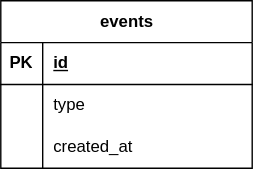
Before: services/backend/docs/erd.drawio.svg, a diagram exported from draw.io (kencopas/PortfolioApp). Source tidied: cells renumbered, new cells last; positions are measured from the earlier drawing's top-left corner, leaving out a move shared by most shapes.
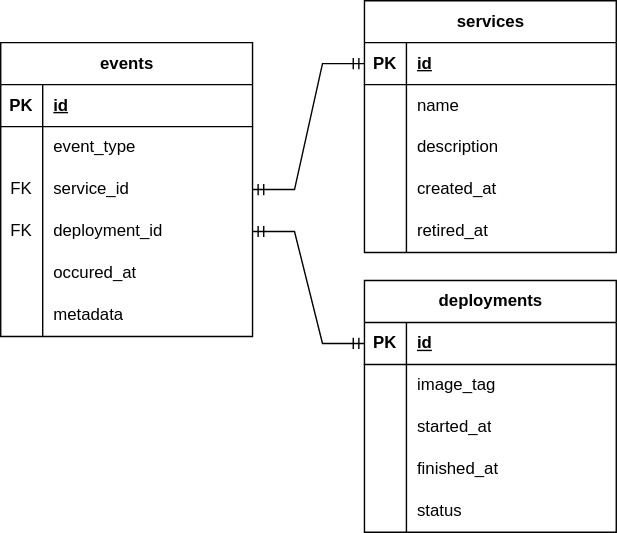
After the commit.

Commit message:
Update ERD with events, deployments, and services table

What changed in the source:
```diff
@@ -2,8 +2,8 @@
   <root>
     <mxCell id="0" />
     <mxCell id="1" parent="0" />
-    <mxCell id="2" value="events" style="shape=table;startSize=30;rowLines=0;fontStyle=1;align=center;html=1;" parent="1" vertex="1">
-      <mxGeometry width="180" height="120" as="geometry" />
+    <mxCell id="2" value="deployments" style="shape=table;startSize=30;rowLines=0;fontStyle=1;align=center;html=1;" parent="1" vertex="1">
+      <mxGeometry width="180" height="180" as="geometry" />
     </mxCell>
     <mxCell id="3" style="shape=tableRow;horizontal=0;startSize=0;swimlaneHead=0;swimlaneBody=0;fillColor=none;points=[[0,0.5],[1,0.5]];portConstraint=eastwest;top=0;left=0;right=0;bottom=1;" parent="2" vertex="1">
       <mxGeometry y="30" width="180" height="30" as="geometry" />
@@ -14,23 +14,152 @@
     <mxCell id="5" value="id" style="shape=partialRectangle;fillColor=none;top=0;left=0;bottom=0;right=0;align=left;spacingLeft=6;fontStyle=5;overflow=hidden;whiteSpace=wrap;html=1;" parent="3" vertex="1">
       <mxGeometry x="30" width="150" height="30" as="geometry" />
     </mxCell>
+    <mxCell id="12" style="shape=tableRow;horizontal=0;startSize=0;swimlaneHead=0;swimlaneBody=0;fillColor=none;top=0;left=0;right=0;bottom=0;" parent="2" vertex="1">
+      <mxGeometry y="60" width="180" height="30" as="geometry" />
+    </mxCell>
+    <mxCell id="13" style="shape=partialRectangle;fillColor=none;top=0;left=0;bottom=0;right=0;overflow=hidden;whiteSpace=wrap;html=1;" parent="12" vertex="1">
+      <mxGeometry width="30" height="30" as="geometry" />
+    </mxCell>
+    <mxCell id="14" value="image_tag" style="shape=partialRectangle;fillColor=none;top=0;left=0;bottom=0;right=0;align=left;spacingLeft=6;overflow=hidden;whiteSpace=wrap;html=1;" parent="12" vertex="1">
+      <mxGeometry x="30" width="150" height="30" as="geometry" />
+    </mxCell>
     <mxCell id="6" style="shape=tableRow;horizontal=0;startSize=0;swimlaneHead=0;swimlaneBody=0;fillColor=none;top=0;left=0;right=0;bottom=0;" parent="2" vertex="1">
-      <mxGeometry y="60" width="180" height="30" as="geometry" />
+      <mxGeometry y="90" width="180" height="30" as="geometry" />
     </mxCell>
     <mxCell id="7" style="shape=partialRectangle;fillColor=none;top=0;left=0;bottom=0;right=0;overflow=hidden;whiteSpace=wrap;html=1;" parent="6" vertex="1">
       <mxGeometry width="30" height="30" as="geometry" />
     </mxCell>
-    <mxCell id="8" value="type" style="shape=partialRectangle;fillColor=none;top=0;left=0;bottom=0;right=0;align=left;spacingLeft=6;overflow=hidden;whiteSpace=wrap;html=1;" parent="6" vertex="1">
+    <mxCell id="8" value="started_at" style="shape=partialRectangle;fillColor=none;top=0;left=0;bottom=0;right=0;align=left;spacingLeft=6;overflow=hidden;whiteSpace=wrap;html=1;" parent="6" vertex="1">
       <mxGeometry x="30" width="150" height="30" as="geometry" />
     </mxCell>
     <mxCell id="9" style="shape=tableRow;horizontal=0;startSize=0;swimlaneHead=0;swimlaneBody=0;fillColor=none;top=0;left=0;right=0;bottom=0;" parent="2" vertex="1">
-      <mxGeometry y="90" width="180" height="30" as="geometry" />
+      <mxGeometry y="120" width="180" height="30" as="geometry" />
     </mxCell>
     <mxCell id="10" style="shape=partialRectangle;fillColor=none;top=0;left=0;bottom=0;right=0;overflow=hidden;whiteSpace=wrap;html=1;" parent="9" vertex="1">
       <mxGeometry width="30" height="30" as="geometry" />
     </mxCell>
-    <mxCell id="11" value="created_at" style="shape=partialRectangle;fillColor=none;top=0;left=0;bottom=0;right=0;align=left;spacingLeft=6;overflow=hidden;whiteSpace=wrap;html=1;" parent="9" vertex="1">
+    <mxCell id="11" value="finished_at" style="shape=partialRectangle;fillColor=none;top=0;left=0;bottom=0;right=0;align=left;spacingLeft=6;overflow=hidden;whiteSpace=wrap;html=1;" parent="9" vertex="1">
       <mxGeometry x="30" width="150" height="30" as="geometry" />
     </mxCell>
+    <mxCell id="15" style="shape=tableRow;horizontal=0;startSize=0;swimlaneHead=0;swimlaneBody=0;fillColor=none;top=0;left=0;right=0;bottom=0;" parent="2" vertex="1">
+      <mxGeometry y="150" width="180" height="30" as="geometry" />
+    </mxCell>
+    <mxCell id="16" style="shape=partialRectangle;fillColor=none;top=0;left=0;bottom=0;right=0;overflow=hidden;whiteSpace=wrap;html=1;" parent="15" vertex="1">
+      <mxGeometry width="30" height="30" as="geometry" />
+    </mxCell>
+    <mxCell id="17" value="status" style="shape=partialRectangle;fillColor=none;top=0;left=0;bottom=0;right=0;align=left;spacingLeft=6;overflow=hidden;whiteSpace=wrap;html=1;" parent="15" vertex="1">
+      <mxGeometry x="30" width="150" height="30" as="geometry" />
+    </mxCell>
+    <mxCell id="18" value="events" style="shape=table;startSize=30;rowLines=0;fontStyle=1;align=center;html=1;" parent="1" vertex="1">
+      <mxGeometry x="-260" y="-170" width="180" height="210" as="geometry" />
+    </mxCell>
+    <mxCell id="19" style="shape=tableRow;horizontal=0;startSize=0;swimlaneHead=0;swimlaneBody=0;fillColor=none;top=0;left=0;right=0;bottom=1;" parent="18" vertex="1">
+      <mxGeometry y="30" width="180" height="30" as="geometry" />
+    </mxCell>
+    <mxCell id="20" value="PK" style="shape=partialRectangle;fillColor=none;top=0;left=0;bottom=0;right=0;fontStyle=1;overflow=hidden;whiteSpace=wrap;html=1;" parent="19" vertex="1">
+      <mxGeometry width="30" height="30" as="geometry" />
+    </mxCell>
+    <mxCell id="21" value="id" style="shape=partialRectangle;fillColor=none;top=0;left=0;bottom=0;right=0;align=left;spacingLeft=6;fontStyle=5;overflow=hidden;whiteSpace=wrap;html=1;" parent="19" vertex="1">
+      <mxGeometry x="30" width="150" height="30" as="geometry" />
+    </mxCell>
+    <mxCell id="22" style="shape=tableRow;horizontal=0;startSize=0;swimlaneHead=0;swimlaneBody=0;fillColor=none;top=0;left=0;right=0;bottom=0;" parent="18" vertex="1">
+      <mxGeometry y="60" width="180" height="30" as="geometry" />
+    </mxCell>
+    <mxCell id="23" style="shape=partialRectangle;fillColor=none;top=0;left=0;bottom=0;right=0;overflow=hidden;whiteSpace=wrap;html=1;" parent="22" vertex="1">
+      <mxGeometry width="30" height="30" as="geometry" />
+    </mxCell>
+    <mxCell id="24" value="event_type" style="shape=partialRectangle;fillColor=none;top=0;left=0;bottom=0;right=0;align=left;spacingLeft=6;overflow=hidden;whiteSpace=wrap;html=1;" parent="22" vertex="1">
+      <mxGeometry x="30" width="150" height="30" as="geometry" />
+    </mxCell>
+    <mxCell id="25" style="shape=tableRow;horizontal=0;startSize=0;swimlaneHead=0;swimlaneBody=0;fillColor=none;points=[[0,0.5],[1,0.5]];portConstraint=eastwest;top=0;left=0;right=0;bottom=0;" parent="18" vertex="1">
+      <mxGeometry y="90" width="180" height="30" as="geometry" />
+    </mxCell>
+    <mxCell id="26" value="FK" style="shape=partialRectangle;fillColor=none;top=0;left=0;bottom=0;right=0;overflow=hidden;whiteSpace=wrap;html=1;" parent="25" vertex="1">
+      <mxGeometry width="30" height="30" as="geometry" />
+    </mxCell>
+    <mxCell id="27" value="service_id" style="shape=partialRectangle;fillColor=none;top=0;left=0;bottom=0;right=0;align=left;spacingLeft=6;overflow=hidden;whiteSpace=wrap;html=1;" parent="25" vertex="1">
+      <mxGeometry x="30" width="150" height="30" as="geometry" />
+    </mxCell>
+    <mxCell id="28" style="shape=tableRow;horizontal=0;startSize=0;swimlaneHead=0;swimlaneBody=0;fillColor=none;points=[[0,0.5],[1,0.5]];portConstraint=eastwest;top=0;left=0;right=0;bottom=0;" parent="18" vertex="1">
+      <mxGeometry y="120" width="180" height="30" as="geometry" />
+    </mxCell>
+    <mxCell id="29" value="FK" style="shape=partialRectangle;fillColor=none;top=0;left=0;bottom=0;right=0;overflow=hidden;whiteSpace=wrap;html=1;" parent="28" vertex="1">
+      <mxGeometry width="30" height="30" as="geometry" />
+    </mxCell>
+    <mxCell id="30" value="deployment_id" style="shape=partialRectangle;fillColor=none;top=0;left=0;bottom=0;right=0;align=left;spacingLeft=6;overflow=hidden;whiteSpace=wrap;html=1;" parent="28" vertex="1">
+      <mxGeometry x="30" width="150" height="30" as="geometry" />
+    </mxCell>
+    <mxCell id="31" style="shape=tableRow;horizontal=0;startSize=0;swimlaneHead=0;swimlaneBody=0;fillColor=none;top=0;left=0;right=0;bottom=0;" parent="18" vertex="1">
+      <mxGeometry y="150" width="180" height="30" as="geometry" />
+    </mxCell>
+    <mxCell id="32" style="shape=partialRectangle;fillColor=none;top=0;left=0;bottom=0;right=0;overflow=hidden;whiteSpace=wrap;html=1;" parent="31" vertex="1">
+      <mxGeometry width="30" height="30" as="geometry" />
+    </mxCell>
+    <mxCell id="33" value="occured_at" style="shape=partialRectangle;fillColor=none;top=0;left=0;bottom=0;right=0;align=left;spacingLeft=6;overflow=hidden;whiteSpace=wrap;html=1;" parent="31" vertex="1">
+      <mxGeometry x="30" width="150" height="30" as="geometry" />
+    </mxCell>
+    <mxCell id="34" style="shape=tableRow;horizontal=0;startSize=0;swimlaneHead=0;swimlaneBody=0;fillColor=none;top=0;left=0;right=0;bottom=0;" parent="18" vertex="1">
+      <mxGeometry y="180" width="180" height="30" as="geometry" />
+    </mxCell>
+    <mxCell id="35" style="shape=partialRectangle;fillColor=none;top=0;left=0;bottom=0;right=0;overflow=hidden;whiteSpace=wrap;html=1;" parent="34" vertex="1">
+      <mxGeometry width="30" height="30" as="geometry" />
+    </mxCell>
+    <mxCell id="36" value="metadata" style="shape=partialRectangle;fillColor=none;top=0;left=0;bottom=0;right=0;align=left;spacingLeft=6;overflow=hidden;whiteSpace=wrap;html=1;" parent="34" vertex="1">
+      <mxGeometry x="30" width="150" height="30" as="geometry" />
+    </mxCell>
+    <mxCell id="37" value="services" style="shape=table;startSize=30;rowLines=0;fontStyle=1;align=center;html=1;" parent="1" vertex="1">
+      <mxGeometry y="-200" width="180" height="180" as="geometry" />
+    </mxCell>
+    <mxCell id="38" style="shape=tableRow;horizontal=0;startSize=0;swimlaneHead=0;swimlaneBody=0;fillColor=none;points=[[0,0.5],[1,0.5]];portConstraint=eastwest;top=0;left=0;right=0;bottom=1;" parent="37" vertex="1">
+      <mxGeometry y="30" width="180" height="30" as="geometry" />
+    </mxCell>
+    <mxCell id="39" value="PK" style="shape=partialRectangle;fillColor=none;top=0;left=0;bottom=0;right=0;fontStyle=1;overflow=hidden;whiteSpace=wrap;html=1;" parent="38" vertex="1">
+      <mxGeometry width="30" height="30" as="geometry" />
+    </mxCell>
+    <mxCell id="40" value="id" style="shape=partialRectangle;fillColor=none;top=0;left=0;bottom=0;right=0;align=left;spacingLeft=6;fontStyle=5;overflow=hidden;whiteSpace=wrap;html=1;" parent="38" vertex="1">
+      <mxGeometry x="30" width="150" height="30" as="geometry" />
+    </mxCell>
+    <mxCell id="41" style="shape=tableRow;horizontal=0;startSize=0;swimlaneHead=0;swimlaneBody=0;fillColor=none;top=0;left=0;right=0;bottom=0;" parent="37" vertex="1">
+      <mxGeometry y="60" width="180" height="30" as="geometry" />
+    </mxCell>
+    <mxCell id="42" style="shape=partialRectangle;fillColor=none;top=0;left=0;bottom=0;right=0;overflow=hidden;whiteSpace=wrap;html=1;" parent="41" vertex="1">
+      <mxGeometry width="30" height="30" as="geometry" />
+    </mxCell>
+    <mxCell id="43" value="name" style="shape=partialRectangle;fillColor=none;top=0;left=0;bottom=0;right=0;align=left;spacingLeft=6;overflow=hidden;whiteSpace=wrap;html=1;" parent="41" vertex="1">
+      <mxGeometry x="30" width="150" height="30" as="geometry" />
+    </mxCell>
+    <mxCell id="44" style="shape=tableRow;horizontal=0;startSize=0;swimlaneHead=0;swimlaneBody=0;fillColor=none;top=0;left=0;right=0;bottom=0;" parent="37" vertex="1">
+      <mxGeometry y="90" width="180" height="30" as="geometry" />
+    </mxCell>
+    <mxCell id="45" style="shape=partialRectangle;fillColor=none;top=0;left=0;bottom=0;right=0;overflow=hidden;whiteSpace=wrap;html=1;" parent="44" vertex="1">
+      <mxGeometry width="30" height="30" as="geometry" />
+    </mxCell>
+    <mxCell id="46" value="description" style="shape=partialRectangle;fillColor=none;top=0;left=0;bottom=0;right=0;align=left;spacingLeft=6;overflow=hidden;whiteSpace=wrap;html=1;" parent="44" vertex="1">
+      <mxGeometry x="30" width="150" height="30" as="geometry" />
+    </mxCell>
+    <mxCell id="47" style="shape=tableRow;horizontal=0;startSize=0;swimlaneHead=0;swimlaneBody=0;fillColor=none;top=0;left=0;right=0;bottom=0;" parent="37" vertex="1">
+      <mxGeometry y="120" width="180" height="30" as="geometry" />
+    </mxCell>
+    <mxCell id="48" style="shape=partialRectangle;fillColor=none;top=0;left=0;bottom=0;right=0;overflow=hidden;whiteSpace=wrap;html=1;" parent="47" vertex="1">
+      <mxGeometry width="30" height="30" as="geometry" />
+    </mxCell>
+    <mxCell id="49" value="created_at" style="shape=partialRectangle;fillColor=none;top=0;left=0;bottom=0;right=0;align=left;spacingLeft=6;overflow=hidden;whiteSpace=wrap;html=1;" parent="47" vertex="1">
+      <mxGeometry x="30" width="150" height="30" as="geometry" />
+    </mxCell>
+    <mxCell id="50" style="shape=tableRow;horizontal=0;startSize=0;swimlaneHead=0;swimlaneBody=0;fillColor=none;top=0;left=0;right=0;bottom=0;" parent="37" vertex="1">
+      <mxGeometry y="150" width="180" height="30" as="geometry" />
+    </mxCell>
+    <mxCell id="51" style="shape=partialRectangle;fillColor=none;top=0;left=0;bottom=0;right=0;overflow=hidden;whiteSpace=wrap;html=1;" parent="50" vertex="1">
+      <mxGeometry width="30" height="30" as="geometry" />
+    </mxCell>
+    <mxCell id="52" value="retired_at" style="shape=partialRectangle;fillColor=none;top=0;left=0;bottom=0;right=0;align=left;spacingLeft=6;overflow=hidden;whiteSpace=wrap;html=1;" parent="50" vertex="1">
+      <mxGeometry x="30" width="150" height="30" as="geometry" />
+    </mxCell>
+    <mxCell id="53" style="edgeStyle=entityRelationEdgeStyle;fontSize=12;html=1;endArrow=ERmandOne;startArrow=ERmandOne;rounded=0;exitX=1;exitY=0.5;exitDx=0;exitDy=0;entryX=0;entryY=0.5;entryDx=0;entryDy=0;" parent="1" edge="1" source="25" target="38">
+      <mxGeometry relative="1" as="geometry" />
+    </mxCell>
+    <mxCell id="54" style="edgeStyle=entityRelationEdgeStyle;fontSize=12;html=1;endArrow=ERmandOne;startArrow=ERmandOne;rounded=0;exitX=1;exitY=0.5;exitDx=0;exitDy=0;entryX=0;entryY=0.5;entryDx=0;entryDy=0;" parent="1" edge="1" source="28" target="3">
+      <mxGeometry relative="1" as="geometry" />
+    </mxCell>
   </root>
 </mxGraphModel>
```
